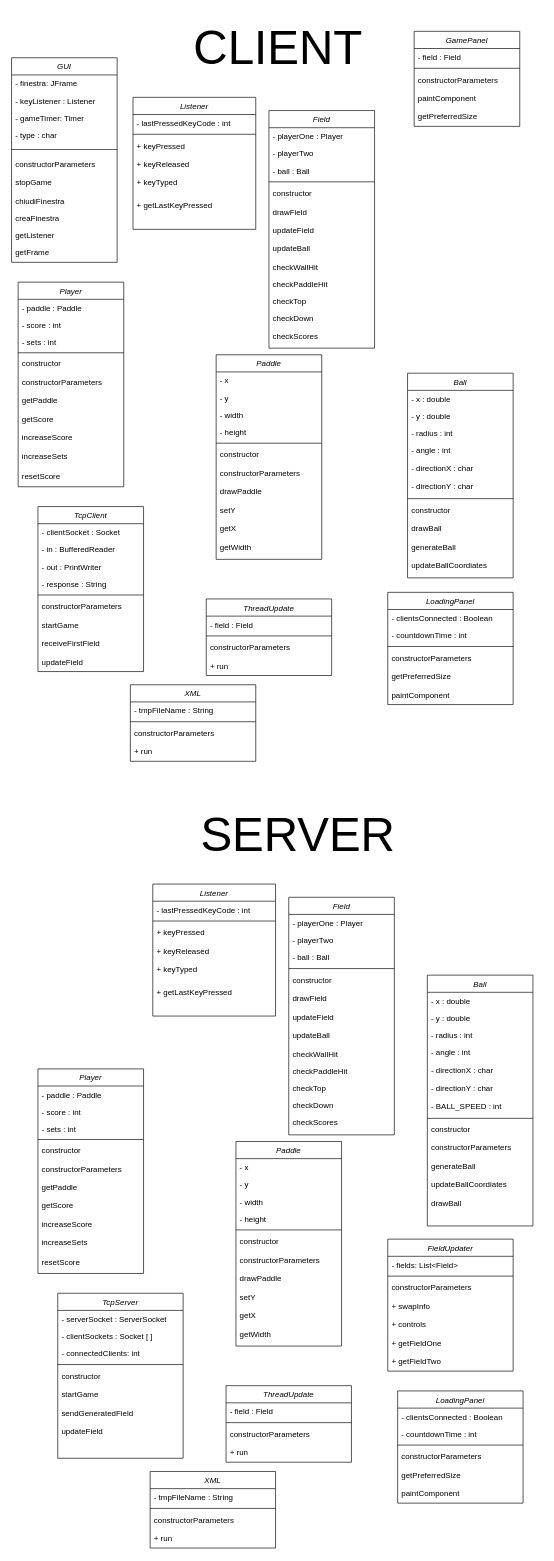
Before: docs/UML/UML-classDiagram.drawio in lucabertiato/PongBertiatoRadice, a draw.io diagram. Source tidied: cells renumbered, new cells numbered last; positions are measured from the earlier drawing's top-left corner, leaving out a move shared by most shapes. Both pictures are drawn from the tidied source at 66%, with x=0, y=0 at pixel (11, 11).
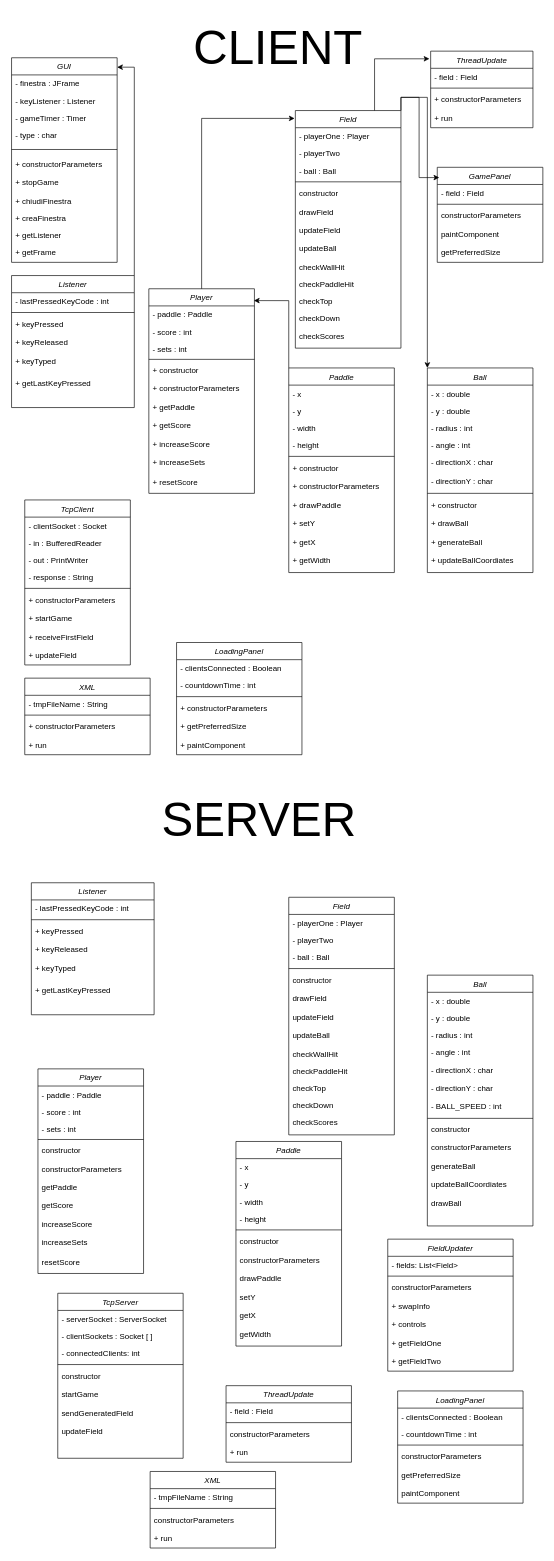
After the change.

The change refers to these unchanged cells:
```xml
<mxCell id="59" value="GUI" style="swimlane;fontStyle=2;align=center;verticalAlign=top;horizontal=1;startSize=26;rounded=0;shadow=0;strokeWidth=1;" parent="1" vertex="1">
  <mxGeometry y="70" width="160" height="310" as="geometry" />
</mxCell>
```

What changed in the source:
```diff
@@
     <mxCell id="2" value="Ball" style="swimlane;fontStyle=2;align=center;verticalAlign=top;horizontal=1;startSize=26;rounded=0;shadow=0;strokeWidth=1;" parent="1" vertex="1">
-      <mxGeometry x="600" y="548" width="160" height="310" as="geometry" />
+      <mxGeometry x="630" y="540" width="160" height="310" as="geometry" />
     </mxCell>
@@
-    <mxCell id="10" value="constructor" style="text;align=left;verticalAlign=top;spacingLeft=4;spacingRight=4;overflow=hidden;" parent="2" vertex="1">
+    <mxCell id="10" value="+ constructor" style="text;align=left;verticalAlign=top;spacingLeft=4;spacingRight=4;overflow=hidden;" parent="2" vertex="1">
       <mxGeometry y="194" width="160" height="28" as="geometry" />
     </mxCell>
-    <mxCell id="11" value="drawBall" style="text;align=left;verticalAlign=top;spacingLeft=4;spacingRight=4;overflow=hidden;" parent="2" vertex="1">
+    <mxCell id="11" value="+ drawBall" style="text;align=left;verticalAlign=top;spacingLeft=4;spacingRight=4;overflow=hidden;" parent="2" vertex="1">
       <mxGeometry y="222" width="160" height="28" as="geometry" />
     </mxCell>
-    <mxCell id="12" value="generateBall" style="text;align=left;verticalAlign=top;spacingLeft=4;spacingRight=4;overflow=hidden;" parent="2" vertex="1">
+    <mxCell id="12" value="+ generateBall" style="text;align=left;verticalAlign=top;spacingLeft=4;spacingRight=4;overflow=hidden;" parent="2" vertex="1">
       <mxGeometry y="250" width="160" height="28" as="geometry" />
     </mxCell>
-    <mxCell id="13" value="updateBallCoordiates" style="text;align=left;verticalAlign=top;spacingLeft=4;spacingRight=4;overflow=hidden;" parent="2" vertex="1">
+    <mxCell id="13" value="+ updateBallCoordiates" style="text;align=left;verticalAlign=top;spacingLeft=4;spacingRight=4;overflow=hidden;" parent="2" vertex="1">
       <mxGeometry y="278" width="160" height="28" as="geometry" />
     </mxCell>
+    <mxCell id="199" style="edgeStyle=orthogonalEdgeStyle;rounded=0;jettySize=auto;html=1;exitX=1;exitY=0;exitDx=0;exitDy=0;entryX=0;entryY=0;entryDx=0;entryDy=0;" parent="1" edge="1" source="14" target="2">
+      <mxGeometry relative="1" as="geometry" />
+    </mxCell>
     <mxCell id="14" value="Field" style="swimlane;fontStyle=2;align=center;verticalAlign=top;horizontal=1;startSize=26;rounded=0;shadow=0;strokeWidth=1;" parent="1" vertex="1">
-      <mxGeometry x="390" y="150" width="160" height="360" as="geometry" />
+      <mxGeometry x="430" y="150" width="160" height="360" as="geometry" />
     </mxCell>
@@
     <mxCell id="28" value="Paddle" style="swimlane;fontStyle=2;align=center;verticalAlign=top;horizontal=1;startSize=26;rounded=0;shadow=0;strokeWidth=1;" parent="1" vertex="1">
-      <mxGeometry x="310" y="520" width="160" height="310" as="geometry" />
+      <mxGeometry x="420" y="540" width="160" height="310" as="geometry" />
     </mxCell>
@@
-    <mxCell id="34" value="constructor" style="text;align=left;verticalAlign=top;spacingLeft=4;spacingRight=4;overflow=hidden;" parent="28" vertex="1">
+    <mxCell id="34" value="+ constructor" style="text;align=left;verticalAlign=top;spacingLeft=4;spacingRight=4;overflow=hidden;" parent="28" vertex="1">
       <mxGeometry y="138" width="160" height="28" as="geometry" />
     </mxCell>
-    <mxCell id="35" value="constructorParameters" style="text;align=left;verticalAlign=top;spacingLeft=4;spacingRight=4;overflow=hidden;" parent="28" vertex="1">
+    <mxCell id="35" value="+ constructorParameters" style="text;align=left;verticalAlign=top;spacingLeft=4;spacingRight=4;overflow=hidden;" parent="28" vertex="1">
       <mxGeometry y="166" width="160" height="28" as="geometry" />
     </mxCell>
-    <mxCell id="36" value="drawPaddle" style="text;align=left;verticalAlign=top;spacingLeft=4;spacingRight=4;overflow=hidden;" parent="28" vertex="1">
+    <mxCell id="36" value="+ drawPaddle" style="text;align=left;verticalAlign=top;spacingLeft=4;spacingRight=4;overflow=hidden;" parent="28" vertex="1">
       <mxGeometry y="194" width="160" height="28" as="geometry" />
     </mxCell>
-    <mxCell id="37" value="setY" style="text;align=left;verticalAlign=top;spacingLeft=4;spacingRight=4;overflow=hidden;" parent="28" vertex="1">
+    <mxCell id="37" value="+ setY" style="text;align=left;verticalAlign=top;spacingLeft=4;spacingRight=4;overflow=hidden;" parent="28" vertex="1">
       <mxGeometry y="222" width="160" height="28" as="geometry" />
     </mxCell>
-    <mxCell id="38" value="getX" style="text;align=left;verticalAlign=top;spacingLeft=4;spacingRight=4;overflow=hidden;" parent="28" vertex="1">
+    <mxCell id="38" value="+ getX" style="text;align=left;verticalAlign=top;spacingLeft=4;spacingRight=4;overflow=hidden;" parent="28" vertex="1">
       <mxGeometry y="250" width="160" height="28" as="geometry" />
     </mxCell>
-    <mxCell id="39" value="getWidth" style="text;align=left;verticalAlign=top;spacingLeft=4;spacingRight=4;overflow=hidden;" parent="28" vertex="1">
+    <mxCell id="39" value="+ getWidth" style="text;align=left;verticalAlign=top;spacingLeft=4;spacingRight=4;overflow=hidden;" parent="28" vertex="1">
       <mxGeometry y="278" width="160" height="28" as="geometry" />
     </mxCell>
     <mxCell id="40" value="Player" style="swimlane;fontStyle=2;align=center;verticalAlign=top;horizontal=1;startSize=26;rounded=0;shadow=0;strokeWidth=1;" parent="1" vertex="1">
-      <mxGeometry x="10" y="410" width="160" height="310" as="geometry" />
+      <mxGeometry x="208" y="420" width="160" height="310" as="geometry" />
     </mxCell>
@@
-    <mxCell id="45" value="constructor" style="text;align=left;verticalAlign=top;spacingLeft=4;spacingRight=4;overflow=hidden;" parent="40" vertex="1">
+    <mxCell id="45" value="+ constructor" style="text;align=left;verticalAlign=top;spacingLeft=4;spacingRight=4;overflow=hidden;" parent="40" vertex="1">
       <mxGeometry y="110" width="160" height="28" as="geometry" />
     </mxCell>
-    <mxCell id="46" value="constructorParameters" style="text;align=left;verticalAlign=top;spacingLeft=4;spacingRight=4;overflow=hidden;" parent="40" vertex="1">
+    <mxCell id="46" value="+ constructorParameters" style="text;align=left;verticalAlign=top;spacingLeft=4;spacingRight=4;overflow=hidden;" parent="40" vertex="1">
       <mxGeometry y="138" width="160" height="28" as="geometry" />
     </mxCell>
-    <mxCell id="47" value="getPaddle" style="text;align=left;verticalAlign=top;spacingLeft=4;spacingRight=4;overflow=hidden;" parent="40" vertex="1">
+    <mxCell id="47" value="+ getPaddle" style="text;align=left;verticalAlign=top;spacingLeft=4;spacingRight=4;overflow=hidden;" parent="40" vertex="1">
       <mxGeometry y="166" width="160" height="28" as="geometry" />
     </mxCell>
-    <mxCell id="48" value="getScore" style="text;align=left;verticalAlign=top;spacingLeft=4;spacingRight=4;overflow=hidden;" parent="40" vertex="1">
+    <mxCell id="48" value="+ getScore" style="text;align=left;verticalAlign=top;spacingLeft=4;spacingRight=4;overflow=hidden;" parent="40" vertex="1">
       <mxGeometry y="194" width="160" height="28" as="geometry" />
     </mxCell>
-    <mxCell id="49" value="increaseScore" style="text;align=left;verticalAlign=top;spacingLeft=4;spacingRight=4;overflow=hidden;" parent="40" vertex="1">
+    <mxCell id="49" value="+ increaseScore" style="text;align=left;verticalAlign=top;spacingLeft=4;spacingRight=4;overflow=hidden;" parent="40" vertex="1">
       <mxGeometry y="222" width="160" height="28" as="geometry" />
     </mxCell>
-    <mxCell id="50" value="increaseSets" style="text;align=left;verticalAlign=top;spacingLeft=4;spacingRight=4;overflow=hidden;" parent="40" vertex="1">
+    <mxCell id="50" value="+ increaseSets" style="text;align=left;verticalAlign=top;spacingLeft=4;spacingRight=4;overflow=hidden;" parent="40" vertex="1">
       <mxGeometry y="250" width="160" height="30" as="geometry" />
     </mxCell>
-    <mxCell id="51" value="resetScore" style="text;align=left;verticalAlign=top;spacingLeft=4;spacingRight=4;overflow=hidden;" parent="40" vertex="1">
+    <mxCell id="51" value="+ resetScore" style="text;align=left;verticalAlign=top;spacingLeft=4;spacingRight=4;overflow=hidden;" parent="40" vertex="1">
       <mxGeometry y="280" width="160" height="30" as="geometry" />
     </mxCell>
@@
     <mxCell id="53" value="GamePanel" style="swimlane;fontStyle=2;align=center;verticalAlign=top;horizontal=1;startSize=26;rounded=0;shadow=0;strokeWidth=1;" parent="1" vertex="1">
-      <mxGeometry x="610" y="30" width="160" height="144" as="geometry" />
+      <mxGeometry x="645" y="236" width="160" height="144" as="geometry" />
     </mxCell>
@@
-    <mxCell id="60" value="- finestra: JFrame" style="text;align=left;verticalAlign=top;spacingLeft=4;spacingRight=4;overflow=hidden;" parent="59" vertex="1">
+    <mxCell id="60" value="- finestra : JFrame" style="text;align=left;verticalAlign=top;spacingLeft=4;spacingRight=4;overflow=hidden;" parent="59" vertex="1">
       <mxGeometry y="26" width="160" height="26" as="geometry" />
     </mxCell>
@@
-    <mxCell id="62" value="- gameTimer: Timer" style="text;align=left;verticalAlign=top;spacingLeft=4;spacingRight=4;overflow=hidden;" parent="59" vertex="1">
+    <mxCell id="62" value="- gameTimer : Timer" style="text;align=left;verticalAlign=top;spacingLeft=4;spacingRight=4;overflow=hidden;" parent="59" vertex="1">
       <mxGeometry y="78" width="160" height="26" as="geometry" />
     </mxCell>
@@
-    <mxCell id="65" value="constructorParameters" style="text;align=left;verticalAlign=top;spacingLeft=4;spacingRight=4;overflow=hidden;" parent="59" vertex="1">
+    <mxCell id="65" value="+ constructorParameters" style="text;align=left;verticalAlign=top;spacingLeft=4;spacingRight=4;overflow=hidden;" parent="59" vertex="1">
       <mxGeometry y="148" width="160" height="28" as="geometry" />
     </mxCell>
-    <mxCell id="66" value="stopGame" style="text;align=left;verticalAlign=top;spacingLeft=4;spacingRight=4;overflow=hidden;" parent="59" vertex="1">
+    <mxCell id="66" value="+ stopGame" style="text;align=left;verticalAlign=top;spacingLeft=4;spacingRight=4;overflow=hidden;" parent="59" vertex="1">
       <mxGeometry y="176" width="160" height="28" as="geometry" />
     </mxCell>
-    <mxCell id="67" value="chiudiFinestra" style="text;align=left;verticalAlign=top;spacingLeft=4;spacingRight=4;overflow=hidden;" parent="59" vertex="1">
+    <mxCell id="67" value="+ chiudiFinestra" style="text;align=left;verticalAlign=top;spacingLeft=4;spacingRight=4;overflow=hidden;" parent="59" vertex="1">
       <mxGeometry y="204" width="160" height="26" as="geometry" />
     </mxCell>
-    <mxCell id="68" value="creaFinestra" style="text;align=left;verticalAlign=top;spacingLeft=4;spacingRight=4;overflow=hidden;" parent="59" vertex="1">
+    <mxCell id="68" value="+ creaFinestra" style="text;align=left;verticalAlign=top;spacingLeft=4;spacingRight=4;overflow=hidden;" parent="59" vertex="1">
       <mxGeometry y="230" width="160" height="26" as="geometry" />
     </mxCell>
-    <mxCell id="69" value="getListener" style="text;align=left;verticalAlign=top;spacingLeft=4;spacingRight=4;overflow=hidden;" parent="59" vertex="1">
+    <mxCell id="69" value="+ getListener" style="text;align=left;verticalAlign=top;spacingLeft=4;spacingRight=4;overflow=hidden;" parent="59" vertex="1">
       <mxGeometry y="256" width="160" height="26" as="geometry" />
     </mxCell>
-    <mxCell id="70" value="getFrame" style="text;align=left;verticalAlign=top;spacingLeft=4;spacingRight=4;overflow=hidden;" parent="59" vertex="1">
+    <mxCell id="70" value="+ getFrame" style="text;align=left;verticalAlign=top;spacingLeft=4;spacingRight=4;overflow=hidden;" parent="59" vertex="1">
       <mxGeometry y="282" width="160" height="26" as="geometry" />
     </mxCell>
     <mxCell id="71" value="Listener" style="swimlane;fontStyle=2;align=center;verticalAlign=top;horizontal=1;startSize=26;rounded=0;shadow=0;strokeWidth=1;" parent="1" vertex="1">
-      <mxGeometry x="184" y="130" width="186" height="200" as="geometry" />
+      <mxGeometry y="400" width="186" height="200" as="geometry" />
     </mxCell>
@@
     <mxCell id="78" value="LoadingPanel" style="swimlane;fontStyle=2;align=center;verticalAlign=top;horizontal=1;startSize=26;rounded=0;shadow=0;strokeWidth=1;" parent="1" vertex="1">
-      <mxGeometry x="570" y="880" width="190" height="170" as="geometry" />
+      <mxGeometry x="250" y="956" width="190" height="170" as="geometry" />
     </mxCell>
@@
-    <mxCell id="82" value="constructorParameters" style="text;align=left;verticalAlign=top;spacingLeft=4;spacingRight=4;overflow=hidden;" parent="78" vertex="1">
+    <mxCell id="82" value="+ constructorParameters" style="text;align=left;verticalAlign=top;spacingLeft=4;spacingRight=4;overflow=hidden;" parent="78" vertex="1">
       <mxGeometry y="86" width="190" height="28" as="geometry" />
     </mxCell>
-    <mxCell id="83" value="getPreferredSize" style="text;align=left;verticalAlign=top;spacingLeft=4;spacingRight=4;overflow=hidden;" parent="78" vertex="1">
+    <mxCell id="83" value="+ getPreferredSize" style="text;align=left;verticalAlign=top;spacingLeft=4;spacingRight=4;overflow=hidden;" parent="78" vertex="1">
       <mxGeometry y="114" width="190" height="28" as="geometry" />
     </mxCell>
-    <mxCell id="84" value="paintComponent" style="text;align=left;verticalAlign=top;spacingLeft=4;spacingRight=4;overflow=hidden;" parent="78" vertex="1">
+    <mxCell id="84" value="+ paintComponent" style="text;align=left;verticalAlign=top;spacingLeft=4;spacingRight=4;overflow=hidden;" parent="78" vertex="1">
       <mxGeometry y="142" width="190" height="28" as="geometry" />
     </mxCell>
     <mxCell id="85" value="TcpClient" style="swimlane;fontStyle=2;align=center;verticalAlign=top;horizontal=1;startSize=26;rounded=0;shadow=0;strokeWidth=1;" parent="1" vertex="1">
-      <mxGeometry x="40" y="750" width="160" height="250" as="geometry" />
+      <mxGeometry x="20" y="740" width="160" height="250" as="geometry" />
     </mxCell>
@@
-    <mxCell id="91" value="constructorParameters" style="text;align=left;verticalAlign=top;spacingLeft=4;spacingRight=4;overflow=hidden;" parent="85" vertex="1">
+    <mxCell id="91" value="+ constructorParameters" style="text;align=left;verticalAlign=top;spacingLeft=4;spacingRight=4;overflow=hidden;" parent="85" vertex="1">
       <mxGeometry y="138" width="160" height="28" as="geometry" />
     </mxCell>
-    <mxCell id="92" value="startGame" style="text;align=left;verticalAlign=top;spacingLeft=4;spacingRight=4;overflow=hidden;" parent="85" vertex="1">
+    <mxCell id="92" value="+ startGame" style="text;align=left;verticalAlign=top;spacingLeft=4;spacingRight=4;overflow=hidden;" parent="85" vertex="1">
       <mxGeometry y="166" width="160" height="28" as="geometry" />
     </mxCell>
-    <mxCell id="93" value="receiveFirstField" style="text;align=left;verticalAlign=top;spacingLeft=4;spacingRight=4;overflow=hidden;" parent="85" vertex="1">
+    <mxCell id="93" value="+ receiveFirstField" style="text;align=left;verticalAlign=top;spacingLeft=4;spacingRight=4;overflow=hidden;" parent="85" vertex="1">
       <mxGeometry y="194" width="160" height="28" as="geometry" />
     </mxCell>
-    <mxCell id="94" value="updateField" style="text;align=left;verticalAlign=top;spacingLeft=4;spacingRight=4;overflow=hidden;" parent="85" vertex="1">
+    <mxCell id="94" value="+ updateField" style="text;align=left;verticalAlign=top;spacingLeft=4;spacingRight=4;overflow=hidden;" parent="85" vertex="1">
       <mxGeometry y="222" width="160" height="28" as="geometry" />
     </mxCell>
     <mxCell id="95" value="ThreadUpdate" style="swimlane;fontStyle=2;align=center;verticalAlign=top;horizontal=1;startSize=26;rounded=0;shadow=0;strokeWidth=1;" parent="1" vertex="1">
-      <mxGeometry x="295" y="890" width="190" height="116" as="geometry" />
+      <mxGeometry x="635" y="60" width="155" height="116" as="geometry" />
     </mxCell>
     <mxCell id="96" value="- field : Field" style="text;align=left;verticalAlign=top;spacingLeft=4;spacingRight=4;overflow=hidden;" parent="95" vertex="1">
-      <mxGeometry y="26" width="190" height="26" as="geometry" />
+      <mxGeometry y="26" width="155" height="26" as="geometry" />
     </mxCell>
     <mxCell id="97" style="line;html=1;strokeWidth=1;align=left;verticalAlign=middle;spacingTop=-1;spacingLeft=3;spacingRight=3;labelPosition=right;" parent="95" vertex="1">
-      <mxGeometry y="52" width="190" height="8" as="geometry" />
+      <mxGeometry y="52" width="155" height="8" as="geometry" />
     </mxCell>
-    <mxCell id="98" value="constructorParameters" style="text;align=left;verticalAlign=top;spacingLeft=4;spacingRight=4;overflow=hidden;" parent="95" vertex="1">
-      <mxGeometry y="60" width="190" height="28" as="geometry" />
+    <mxCell id="98" value="+ constructorParameters" style="text;align=left;verticalAlign=top;spacingLeft=4;spacingRight=4;overflow=hidden;" parent="95" vertex="1">
+      <mxGeometry y="60" width="155" height="28" as="geometry" />
     </mxCell>
     <mxCell id="99" value="+ run" style="text;align=left;verticalAlign=top;spacingLeft=4;spacingRight=4;overflow=hidden;" parent="95" vertex="1">
-      <mxGeometry y="88" width="190" height="28" as="geometry" />
+      <mxGeometry y="88" width="155" height="28" as="geometry" />
     </mxCell>
     <mxCell id="100" value="XML" style="swimlane;fontStyle=2;align=center;verticalAlign=top;horizontal=1;startSize=26;rounded=0;shadow=0;strokeWidth=1;" parent="1" vertex="1">
-      <mxGeometry x="180" y="1020" width="190" height="116" as="geometry" />
+      <mxGeometry x="20" y="1010" width="190" height="116" as="geometry" />
     </mxCell>
@@
-    <mxCell id="103" value="constructorParameters" style="text;align=left;verticalAlign=top;spacingLeft=4;spacingRight=4;overflow=hidden;" parent="100" vertex="1">
+    <mxCell id="103" value="+ constructorParameters" style="text;align=left;verticalAlign=top;spacingLeft=4;spacingRight=4;overflow=hidden;" parent="100" vertex="1">
       <mxGeometry y="60" width="190" height="28" as="geometry" />
     </mxCell>
@@
     <mxCell id="157" value="&lt;font style=&quot;font-size: 72px;&quot;&gt;SERVER&lt;/font&gt;" style="text;html=1;strokeColor=none;fillColor=none;align=center;verticalAlign=middle;whiteSpace=wrap;rounded=0;" parent="1" vertex="1">
-      <mxGeometry x="294" y="1192" width="280" height="110" as="geometry" />
+      <mxGeometry x="235" y="1170" width="280" height="110" as="geometry" />
     </mxCell>
     <mxCell id="158" value="Listener" style="swimlane;fontStyle=2;align=center;verticalAlign=top;horizontal=1;startSize=26;rounded=0;shadow=0;strokeWidth=1;" parent="1" vertex="1">
-      <mxGeometry x="214" y="1322" width="186" height="200" as="geometry" />
+      <mxGeometry x="30" y="1320" width="186" height="200" as="geometry" />
     </mxCell>
@@
+    <mxCell id="200" style="edgeStyle=orthogonalEdgeStyle;rounded=0;jettySize=auto;html=1;exitX=1;exitY=0;exitDx=0;exitDy=0;entryX=1;entryY=0.046;entryDx=0;entryDy=0;entryPerimeter=0;" parent="1" edge="1" source="71" target="59">
+      <mxGeometry relative="1" as="geometry" />
+    </mxCell>
+    <mxCell id="201" style="edgeStyle=orthogonalEdgeStyle;rounded=0;jettySize=auto;html=1;exitX=0.5;exitY=0;exitDx=0;exitDy=0;entryX=-0.007;entryY=0.033;entryDx=0;entryDy=0;entryPerimeter=0;" parent="1" edge="1" source="40" target="14">
+      <mxGeometry relative="1" as="geometry" />
+    </mxCell>
+    <mxCell id="202" style="edgeStyle=orthogonalEdgeStyle;rounded=0;jettySize=auto;html=1;exitX=0;exitY=0;exitDx=0;exitDy=0;entryX=0.995;entryY=0.058;entryDx=0;entryDy=0;entryPerimeter=0;" parent="1" edge="1" source="28" target="40">
+      <mxGeometry relative="1" as="geometry" />
+    </mxCell>
+    <mxCell id="203" style="edgeStyle=orthogonalEdgeStyle;rounded=0;jettySize=auto;html=1;exitX=0.75;exitY=0;exitDx=0;exitDy=0;entryX=-0.012;entryY=0.1;entryDx=0;entryDy=0;entryPerimeter=0;" parent="1" edge="1" source="14" target="95">
+      <mxGeometry relative="1" as="geometry" />
+    </mxCell>
+    <mxCell id="204" style="edgeStyle=orthogonalEdgeStyle;rounded=0;jettySize=auto;html=1;exitX=1;exitY=0;exitDx=0;exitDy=0;entryX=0.019;entryY=0.108;entryDx=0;entryDy=0;entryPerimeter=0;" parent="1" edge="1" source="14" target="53">
+      <mxGeometry relative="1" as="geometry" />
+    </mxCell>
```
